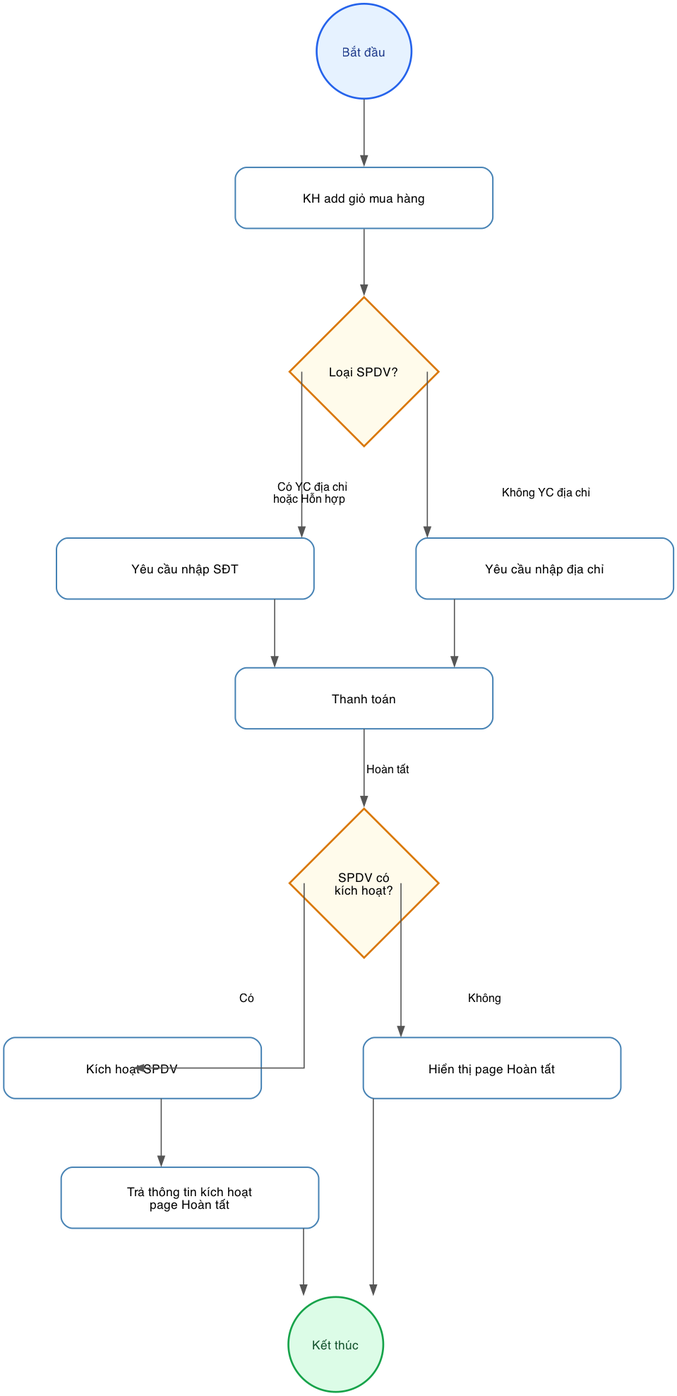
hathuy2706-BA/FPT keeps this Graphviz diagram as diagrams/bpmn_shopping_cart.png. Above is the earlier version. Its source is kept beside it as diagrams/bpmn_shopping_cart.dot. Source of this version:
```dot
digraph G {
    bgcolor="white";
    rankdir=TB;
    splines=ortho;
    nodesep=1.5;
    ranksep=1.0;
    newrank=true;
    compound=true;
    fontname="Times New Roman";

    edge [fontname="Times New Roman", fontsize=12, color="#555555", penwidth=1.2];

    node [fontname="Times New Roman", fontsize=13, style="filled,bold", shape=circle, width=1.4, height=1.4, fixedsize=true, fillcolor="#E6F2FF", color="#2563EB", fontcolor="#1E3A8A", penwidth=2];
    start [label="Bắt đầu"];
    end_node [label="Kết thúc", fillcolor="#DCFCE7", color="#16A34A", fontcolor="#14532D"];

    node [shape=diamond, width=2.2, height=2.2, fixedsize=true, fillcolor="#FFFBEB", color="#D97706", fontcolor="#000000"];
    check_type [label="Loại SPDV?"];
    check_activation [label="SPDV có\nkích hoạt?"];

    node [shape=box, style="rounded,filled", width=3.8, height=0.9, fixedsize=true, fillcolor="white", color="#4682B4", fontcolor="#000000", penwidth=1.5];
    add_cart [label="KH add giỏ mua hàng"];
    req_phone [label="Yêu cầu nhập SĐT"];
    req_address [label="Yêu cầu nhập địa chỉ"];
    payment [label="Thanh toán"];
    activate [label="Kích hoạt SPDV"];
    show_thanks_activate [label="Trả thông tin kích hoạt\npage Hoàn tất"];
    show_thanks_no_activate [label="Hiển thị page Hoàn tất"];

    start -> add_cart;
    add_cart -> check_type;

    check_type:w -> req_phone:n [label=" Có YC địa chỉ\nhoặc Hỗn hợp "];
    check_type:e -> req_address:n [label=" Không YC địa chỉ "];

    req_phone:s -> payment:n;
    req_address:s -> payment:n;

    payment:s -> check_activation:n [label=" Hoàn tất "];

    check_activation:w -> activate:n [label=" Có "];
    check_activation:e -> show_thanks_no_activate:n [label=" Không "];

    activate:s -> show_thanks_activate:n;

    show_thanks_activate:s -> end_node:n;
    show_thanks_no_activate:s -> end_node:n;

    { rank=same; req_phone; req_address; }
    { rank=same; activate; show_thanks_no_activate; }
}
```
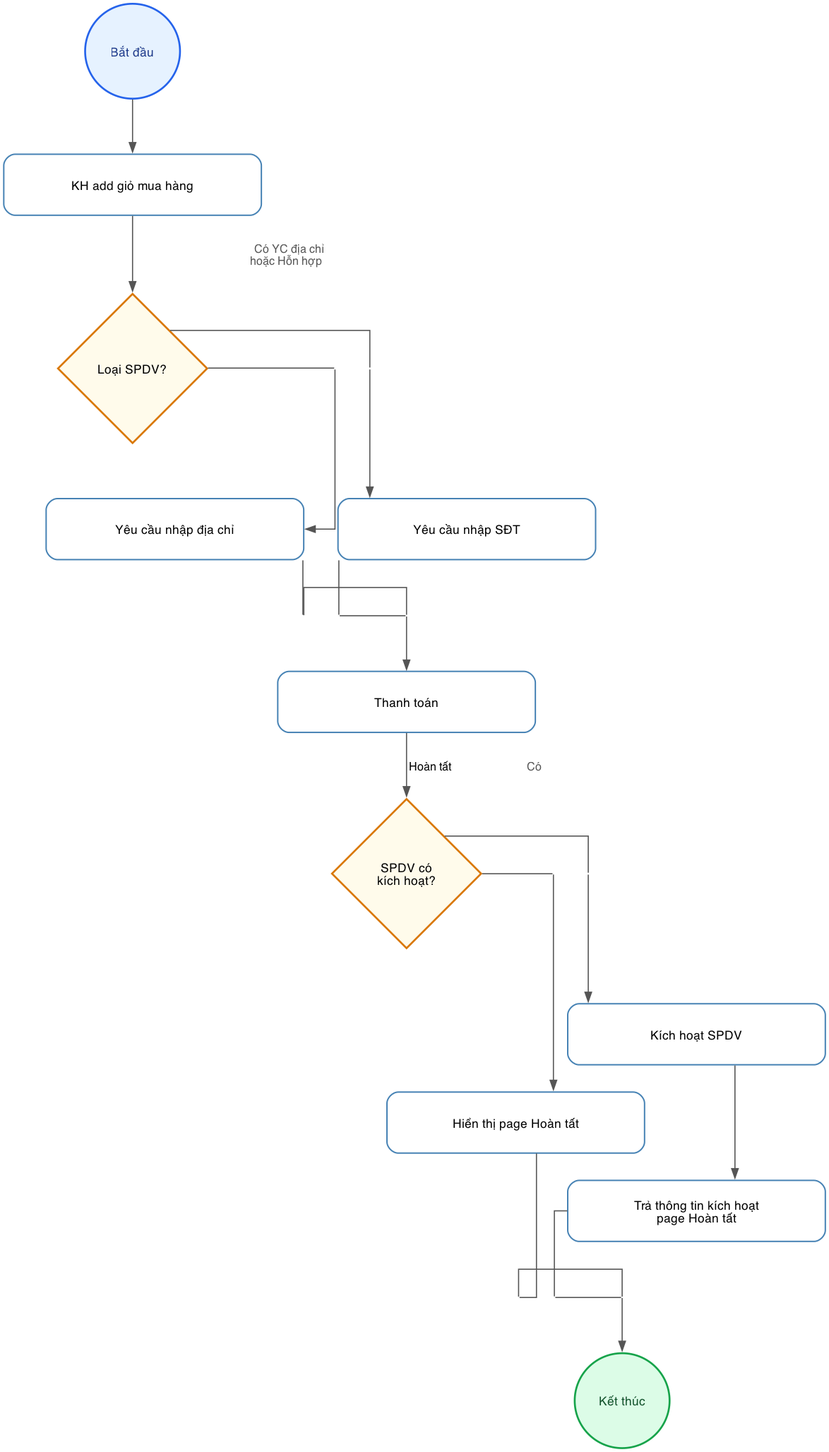
The same diagram one commit later.

Commit message:
Force perfectly aligned orthogonal branching via dummy nodes

Change to the diagram source:
```diff
@@ -2,15 +2,16 @@
     bgcolor="white";
     rankdir=TB;
     splines=ortho;
-    nodesep=1.5;
-    ranksep=1.0;
+    nodesep=0.5;
+    ranksep=0.8;
     newrank=true;
     compound=true;
     fontname="Times New Roman";
 
     edge [fontname="Times New Roman", fontsize=12, color="#555555", penwidth=1.2];
+    node [fontname="Times New Roman", fontsize=13, style="filled,bold"];
 
-    node [fontname="Times New Roman", fontsize=13, style="filled,bold", shape=circle, width=1.4, height=1.4, fixedsize=true, fillcolor="#E6F2FF", color="#2563EB", fontcolor="#1E3A8A", penwidth=2];
+    node [shape=circle, width=1.4, height=1.4, fixedsize=true, fillcolor="#E6F2FF", color="#2563EB", fontcolor="#1E3A8A", penwidth=2];
     start [label="Bắt đầu"];
     end_node [label="Kết thúc", fillcolor="#DCFCE7", color="#16A34A", fontcolor="#14532D"];
 
@@ -27,25 +28,43 @@
     show_thanks_activate [label="Trả thông tin kích hoạt\npage Hoàn tất"];
     show_thanks_no_activate [label="Hiển thị page Hoàn tất"];
 
+    node [shape=point, width=0, height=0, style=invis];
+
+    p_type_L; p_type_R;
+    p_pay_L; p_pay_C; p_pay_R;
+    p_act_L; p_act_R;
+    p_end_L; p_end_C; p_end_R;
+
     start -> add_cart;
     add_cart -> check_type;
 
-    check_type:w -> req_phone:n [label=" Có YC địa chỉ\nhoặc Hỗn hợp "];
-    check_type:e -> req_address:n [label=" Không YC địa chỉ "];
+    { rank=same; p_type_L; check_type; p_type_R; }
+    check_type -> p_type_L [dir=none, label=" Có YC địa chỉ\nhoặc Hỗn hợp ", fontcolor="#555555"];
+    check_type -> p_type_R [dir=none, label=" Không YC địa chỉ ", fontcolor="#555555"];
+    p_type_L -> req_phone;
+    p_type_R -> req_address;
 
-    req_phone:s -> payment:n;
-    req_address:s -> payment:n;
+    { rank=same; p_pay_L; p_pay_C; p_pay_R; }
+    req_phone -> p_pay_L [dir=none];
+    req_address -> p_pay_R [dir=none];
+    p_pay_L -> p_pay_C [dir=none];
+    p_pay_R -> p_pay_C [dir=none];
+    p_pay_C -> payment;
 
-    payment:s -> check_activation:n [label=" Hoàn tất "];
+    payment -> check_activation [label=" Hoàn tất "];
 
-    check_activation:w -> activate:n [label=" Có "];
-    check_activation:e -> show_thanks_no_activate:n [label=" Không "];
+    { rank=same; p_act_L; check_activation; p_act_R; }
+    check_activation -> p_act_L [dir=none, label=" Có ", fontcolor="#555555"];
+    check_activation -> p_act_R [dir=none, label=" Không ", fontcolor="#555555"];
+    p_act_L -> activate;
+    p_act_R -> show_thanks_no_activate;
 
-    activate:s -> show_thanks_activate:n;
+    activate -> show_thanks_activate;
 
-    show_thanks_activate:s -> end_node:n;
-    show_thanks_no_activate:s -> end_node:n;
-
-    { rank=same; req_phone; req_address; }
-    { rank=same; activate; show_thanks_no_activate; }
+    { rank=same; p_end_L; p_end_C; p_end_R; }
+    show_thanks_activate -> p_end_L [dir=none];
+    show_thanks_no_activate -> p_end_R [dir=none];
+    p_end_L -> p_end_C [dir=none];
+    p_end_R -> p_end_C [dir=none];
+    p_end_C -> end_node;
 }
```
